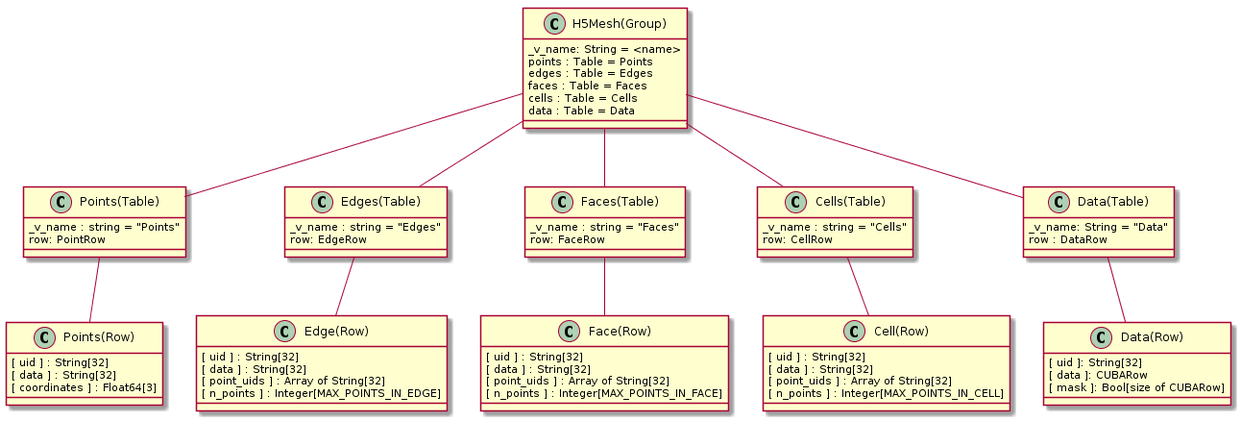
Above: doc/source/images/h5mesh.png in simphony/simphony-common (PlantUML), before the change.
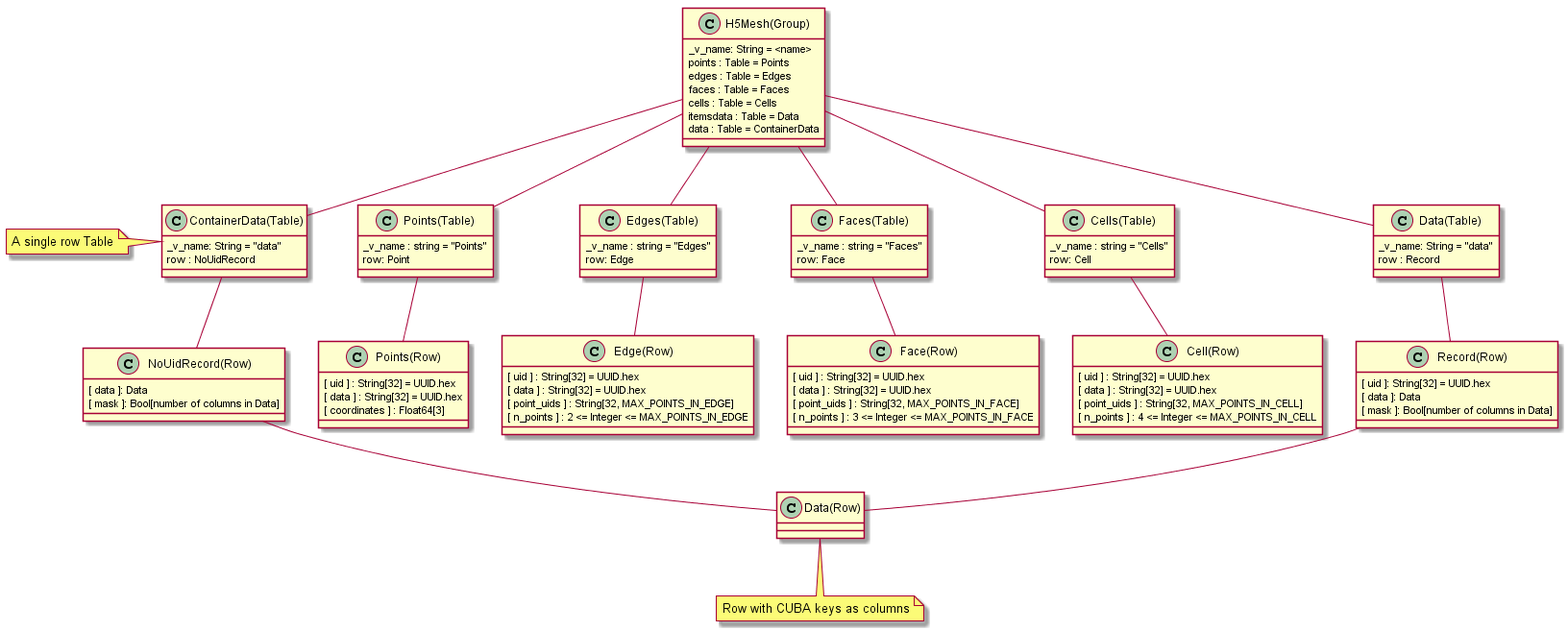
After the change.

Change to the diagram source:
```diff
@@ -1,69 +1,81 @@
 @startuml
+class CUBAData as "Data(Row)"
+note bottom: Row with CUBA keys as columns
+class Record as "Record(Row)" {
+  [ uid ]: String[32] = UUID.hex
+  [ data ]: Data
+  [ mask ]: Bool[number of columns in Data]
+}
+class NoUidRecord as "NoUidRecord(Row)" {
+  [ data ]: Data
+  [ mask ]: Bool[number of columns in Data]
+}
+class ContainerData as "ContainerData(Table)" {
+  _v_name: String = "data"
+  row : NoUidRecord
+}
+note left : A single row Table
+
 class Mesh as "H5Mesh(Group)" {
   _v_name: String = <name>
   points : Table = Points
   edges : Table = Edges
   faces : Table = Faces
   cells : Table = Cells
-  data : Table = Data
+  itemsdata : Table = Data
+  data : Table = ContainerData
 }
 
 class Points as "Points(Table)" {
   _v_name : string = "Points"
-  row: PointRow
+  row: Point
 }
 
 class Edges as "Edges(Table)" {
   _v_name : string = "Edges"
-  row: EdgeRow
+  row: Edge
 }
 
 class Faces as "Faces(Table)" {
   _v_name : string = "Faces"
-  row: FaceRow
+  row: Face
 }
 
 class Cells as "Cells(Table)" {
   _v_name : string = "Cells"
- row: CellRow
+ row: Cell
 }
 
 class Data as "Data(Table)" {
-  _v_name: String = "Data"
-  row : DataRow
+  _v_name: String = "data"
+  row : Record
 }
 
-class PointRow as "Points(Row)" {
-  [ uid ] : String[32]
-  [ data ] : String[32]
+class Point as "Points(Row)" {
+  [ uid ] : String[32] = UUID.hex
+  [ data ] : String[32] = UUID.hex
   [ coordinates ] : Float64[3]
 }
 
-class EdgeRow as "Edge(Row)" {
-  [ uid ] : String[32]
-  [ data ] : String[32]
-  [ point_uids ] : Array of String[32]
-  [ n_points ] : Integer[MAX_POINTS_IN_EDGE]
+class Edge as "Edge(Row)" {
+  [ uid ] : String[32] = UUID.hex
+  [ data ] : String[32] = UUID.hex
+  [ point_uids ] : String[32, MAX_POINTS_IN_EDGE]
+  [ n_points ] : 2 <= Integer <= MAX_POINTS_IN_EDGE
 }
 
-class FaceRow as "Face(Row)" {
-  [ uid ] : String[32]
-  [ data ] : String[32]
-  [ point_uids ] : Array of String[32]
-  [ n_points ] : Integer[MAX_POINTS_IN_FACE]
+class Face as "Face(Row)" {
+  [ uid ] : String[32] = UUID.hex
+  [ data ] : String[32] = UUID.hex
+  [ point_uids ] : String[32, MAX_POINTS_IN_FACE]
+  [ n_points ] : 3 <= Integer <= MAX_POINTS_IN_FACE
 }
 
-class CellRow as "Cell(Row)" {
-  [ uid ] : String[32]
-  [ data ] : String[32]
-  [ point_uids ] : Array of String[32]
-  [ n_points ] : Integer[MAX_POINTS_IN_CELL]
-}
-
-class DataRow as "Data(Row)" {
-  [ uid ]: String[32]
-  [ data ]: CUBARow
-  [ mask ]: Bool[size of CUBARow]
+class Cell as "Cell(Row)" {
+  [ uid ] : String[32] = UUID.hex
+  [ data ] : String[32] = UUID.hex
+  [ point_uids ] : String[32, MAX_POINTS_IN_CELL]
+  [ n_points ] : 4 <= Integer <= MAX_POINTS_IN_CELL
 }
 
 Mesh -- Data
@@ -71,11 +83,17 @@
 Mesh -- Edges
 Mesh -- Faces
 Mesh -- Cells
+Mesh -- ContainerData
 
-Points -- PointRow
-Edges --EdgeRow
-Faces --FaceRow
-Cells --CellRow
-Data -- DataRow
+Points -- Point
+Edges --Edge
+Faces --Face
+Cells --Cell
+
+Data -- Record
+ContainerData -- NoUidRecord
+
+Record -- CUBAData
+NoUidRecord -- CUBAData
 
 @enduml
```
